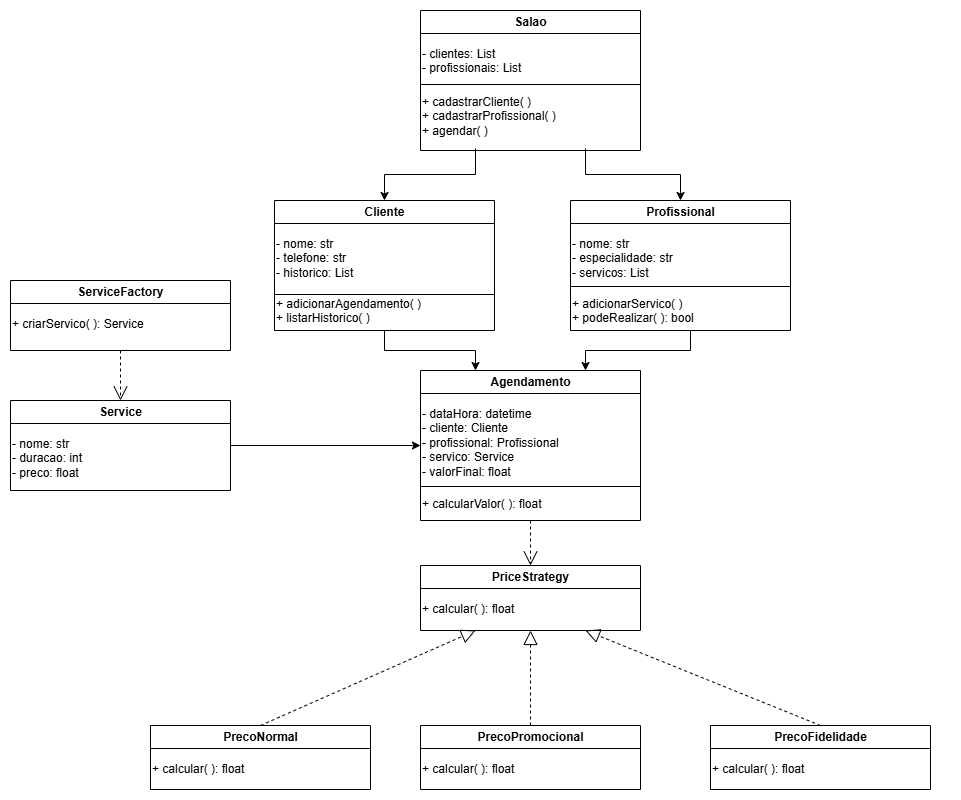
The draw.io diagram Diagrama_Salão.png in FredPT/Trabalho_TOO, before a commit. Source tidied: cells renumbered, new cells last; positions are measured from the earlier drawing's top-left corner, leaving out a move shared by most shapes.
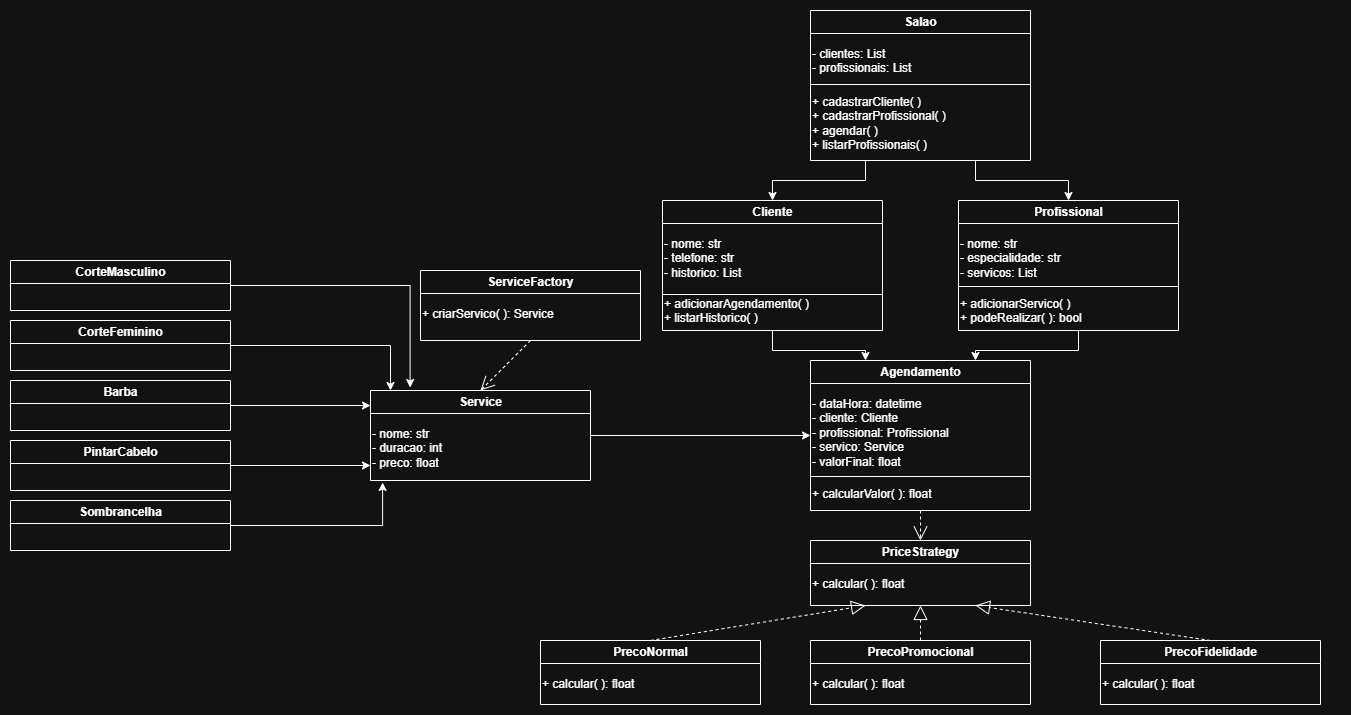
After the commit.

Commit message:
Adicionando diagramas finais, autorizados pela Prof

Change to the diagram source:
```diff
@@ -3,19 +3,19 @@
     <mxCell id="0" />
     <mxCell id="1" parent="0" />
     <mxCell id="2" value="Salao" style="swimlane;rounded=0;html=1;fontStyle=1;" parent="1" vertex="1">
-      <mxGeometry x="410" width="220" height="140" as="geometry" />
+      <mxGeometry x="800" y="10" width="220" height="150" as="geometry" />
     </mxCell>
     <mxCell id="3" value="- clientes: List&#10;- profissionais: List" style="text;html=1;align=left;verticalAlign=top;" parent="2" vertex="1">
       <mxGeometry y="30" width="220" height="40" as="geometry" />
     </mxCell>
-    <mxCell id="4" value="+ cadastrarCliente( )&lt;br&gt;+ cadastrarProfissional( )&lt;br&gt;+ agendar( )" style="text;html=1;align=left;verticalAlign=top;" parent="2" vertex="1">
-      <mxGeometry y="78" width="220" height="60" as="geometry" />
+    <mxCell id="4" value="+ cadastrarCliente( )&lt;br&gt;+ cadastrarProfissional( )&lt;br&gt;+ agendar( )&lt;div&gt;+&amp;nbsp;listarProfissionais( )&lt;/div&gt;" style="text;html=1;align=left;verticalAlign=top;" parent="2" vertex="1">
+      <mxGeometry y="78" width="220" height="72" as="geometry" />
     </mxCell>
     <mxCell id="5" style="line;strokeWidth=1;fillColor=none;align=left;verticalAlign=middle;spacingTop=-1;spacingLeft=3;spacingRight=3;labelPosition=right;strokeColor=inherit;" parent="2" vertex="1">
       <mxGeometry y="70" width="220" height="8" as="geometry" />
     </mxCell>
     <mxCell id="6" value="Cliente" style="swimlane;rounded=0;html=1;fontStyle=1;" parent="1" vertex="1">
-      <mxGeometry x="264" y="190" width="220" height="130" as="geometry" />
+      <mxGeometry x="652" y="200" width="220" height="130" as="geometry" />
     </mxCell>
     <mxCell id="7" value="- nome: str&#10;- telefone: str&#10;- historico: List" style="text;html=1;align=left;verticalAlign=top;" parent="6" vertex="1">
       <mxGeometry y="30" width="220" height="60" as="geometry" />
@@ -27,7 +27,7 @@
       <mxGeometry y="90" width="220" height="8" as="geometry" />
     </mxCell>
     <mxCell id="10" value="Profissional" style="swimlane;rounded=0;html=1;fontStyle=1;" parent="1" vertex="1">
-      <mxGeometry x="560" y="190" width="220" height="130" as="geometry" />
+      <mxGeometry x="948" y="200" width="220" height="130" as="geometry" />
     </mxCell>
     <mxCell id="11" value="- nome: str&#10;- especialidade: str&#10;- servicos: List" style="text;html=1;align=left;verticalAlign=top;" parent="10" vertex="1">
       <mxGeometry y="30" width="240" height="60" as="geometry" />
@@ -42,19 +42,19 @@
       <mxGeometry relative="1" as="geometry" />
     </mxCell>
     <mxCell id="15" value="Service" style="swimlane;rounded=0;html=1;fontStyle=1;" parent="1" vertex="1">
-      <mxGeometry y="390" width="220" height="90" as="geometry" />
+      <mxGeometry x="360" y="390" width="220" height="90" as="geometry" />
     </mxCell>
     <mxCell id="16" value="- nome: str&#10;- duracao: int&#10;- preco: float" style="text;html=1;align=left;verticalAlign=top;" parent="15" vertex="1">
       <mxGeometry y="30" width="220" height="60" as="geometry" />
     </mxCell>
     <mxCell id="17" value="ServiceFactory" style="swimlane;rounded=0;html=1;fontStyle=1;" parent="1" vertex="1">
-      <mxGeometry y="270" width="220" height="70" as="geometry" />
+      <mxGeometry x="410" y="270" width="220" height="70" as="geometry" />
     </mxCell>
     <mxCell id="18" value="+ criarServico( ): Service" style="text;html=1;align=left;verticalAlign=top;" parent="17" vertex="1">
       <mxGeometry y="30" width="220" height="30" as="geometry" />
     </mxCell>
     <mxCell id="19" value="Agendamento" style="swimlane;rounded=0;html=1;fontStyle=1;" parent="1" vertex="1">
-      <mxGeometry x="410" y="360" width="220" height="150" as="geometry" />
+      <mxGeometry x="800" y="360" width="220" height="150" as="geometry" />
     </mxCell>
     <mxCell id="20" value="- dataHora: datetime&lt;br&gt;- cliente: Cliente&lt;br&gt;- profissional: Profissional&lt;br&gt;- servico: Service&lt;br&gt;- valorFinal: float" style="text;html=1;align=left;verticalAlign=top;" parent="19" vertex="1">
       <mxGeometry y="30" width="220" height="90" as="geometry" />
@@ -66,25 +66,25 @@
       <mxGeometry y="112" width="220" height="8" as="geometry" />
     </mxCell>
     <mxCell id="23" value="PriceStrategy" style="swimlane;rounded=0;html=1;fontStyle=1;" parent="1" vertex="1">
-      <mxGeometry x="410" y="555" width="220" height="65" as="geometry" />
+      <mxGeometry x="800" y="540" width="220" height="65" as="geometry" />
     </mxCell>
     <mxCell id="24" value="+ calcular( ): float" style="text;html=1;align=left;verticalAlign=top;" parent="23" vertex="1">
       <mxGeometry y="30" width="240" height="30" as="geometry" />
     </mxCell>
     <mxCell id="25" value="PrecoNormal" style="swimlane;rounded=0;html=1;fontStyle=1;" parent="1" vertex="1">
-      <mxGeometry x="140" y="715" width="220" height="64" as="geometry" />
+      <mxGeometry x="530" y="640" width="220" height="64" as="geometry" />
     </mxCell>
     <mxCell id="26" value="+ calcular( ): float" style="text;html=1;align=left;verticalAlign=top;" parent="25" vertex="1">
       <mxGeometry y="30" width="240" height="30" as="geometry" />
     </mxCell>
     <mxCell id="27" value="PrecoPromocional" style="swimlane;rounded=0;html=1;fontStyle=1;" parent="1" vertex="1">
-      <mxGeometry x="410" y="715" width="220" height="64" as="geometry" />
+      <mxGeometry x="800" y="640" width="220" height="64" as="geometry" />
     </mxCell>
     <mxCell id="28" value="+ calcular( ): float" style="text;html=1;align=left;verticalAlign=top;" parent="27" vertex="1">
       <mxGeometry y="30" width="240" height="30" as="geometry" />
     </mxCell>
     <mxCell id="29" value="PrecoFidelidade" style="swimlane;rounded=0;html=1;fontStyle=1;" parent="1" vertex="1">
-      <mxGeometry x="700" y="715" width="220" height="64" as="geometry" />
+      <mxGeometry x="1090" y="640" width="220" height="64" as="geometry" />
     </mxCell>
     <mxCell id="30" value="+ calcular( ): float" style="text;html=1;align=left;verticalAlign=top;" parent="29" vertex="1">
       <mxGeometry y="30" width="240" height="30" as="geometry" />
@@ -116,5 +116,37 @@
     <mxCell id="39" style="endArrow=block;dashed=1;endFill=0;endSize=12;html=1;rounded=0;exitX=0.5;exitY=0;exitDx=0;exitDy=0;entryX=0.25;entryY=1;entryDx=0;entryDy=0;" parent="1" edge="1" source="25" target="23">
       <mxGeometry relative="1" as="geometry" />
     </mxCell>
+    <mxCell id="40" value="CorteMasculino" style="swimlane;rounded=0;html=1;fontStyle=1;" parent="1" vertex="1">
+      <mxGeometry y="260" width="220" height="50" as="geometry" />
+    </mxCell>
+    <mxCell id="41" style="edgeStyle=orthogonalEdgeStyle;rounded=0;jettySize=auto;html=1;" parent="1" edge="1" source="42">
+      <mxGeometry relative="1" as="geometry">
+        <mxPoint x="380" y="390" as="targetPoint" />
+      </mxGeometry>
+    </mxCell>
+    <mxCell id="42" value="CorteFeminino" style="swimlane;rounded=0;html=1;fontStyle=1;" parent="1" vertex="1">
+      <mxGeometry y="320" width="220" height="50" as="geometry" />
+    </mxCell>
+    <mxCell id="43" value="Barba" style="swimlane;rounded=0;html=1;fontStyle=1;" parent="1" vertex="1">
+      <mxGeometry y="380" width="220" height="50" as="geometry" />
+    </mxCell>
+    <mxCell id="44" value="PintarCabelo" style="swimlane;rounded=0;html=1;fontStyle=1;" parent="1" vertex="1">
+      <mxGeometry y="440" width="220" height="50" as="geometry" />
+    </mxCell>
+    <mxCell id="45" value="Sombrancelha" style="swimlane;rounded=0;html=1;fontStyle=1;" parent="1" vertex="1">
+      <mxGeometry y="500" width="220" height="50" as="geometry" />
+    </mxCell>
+    <mxCell id="46" style="edgeStyle=orthogonalEdgeStyle;rounded=0;jettySize=auto;html=1;entryX=0.18;entryY=-0.033;entryDx=0;entryDy=0;entryPerimeter=0;" parent="1" edge="1" source="40" target="15">
+      <mxGeometry relative="1" as="geometry" />
+    </mxCell>
+    <mxCell id="47" style="edgeStyle=orthogonalEdgeStyle;rounded=0;jettySize=auto;html=1;entryX=0;entryY=0.167;entryDx=0;entryDy=0;exitX=1;exitY=0.5;exitDx=0;exitDy=0;entryPerimeter=0;" parent="1" edge="1" source="43" target="15">
+      <mxGeometry relative="1" as="geometry" />
+    </mxCell>
+    <mxCell id="48" style="edgeStyle=orthogonalEdgeStyle;rounded=0;jettySize=auto;html=1;entryX=0;entryY=0.75;entryDx=0;entryDy=0;exitX=1;exitY=0.5;exitDx=0;exitDy=0;" parent="1" edge="1" source="44" target="16">
+      <mxGeometry relative="1" as="geometry" />
+    </mxCell>
+    <mxCell id="49" style="edgeStyle=orthogonalEdgeStyle;rounded=0;jettySize=auto;html=1;entryX=0.055;entryY=1.033;entryDx=0;entryDy=0;exitX=1;exitY=0.5;exitDx=0;exitDy=0;entryPerimeter=0;" parent="1" edge="1" source="45" target="16">
+      <mxGeometry relative="1" as="geometry" />
+    </mxCell>
   </root>
 </mxGraphModel>
```
